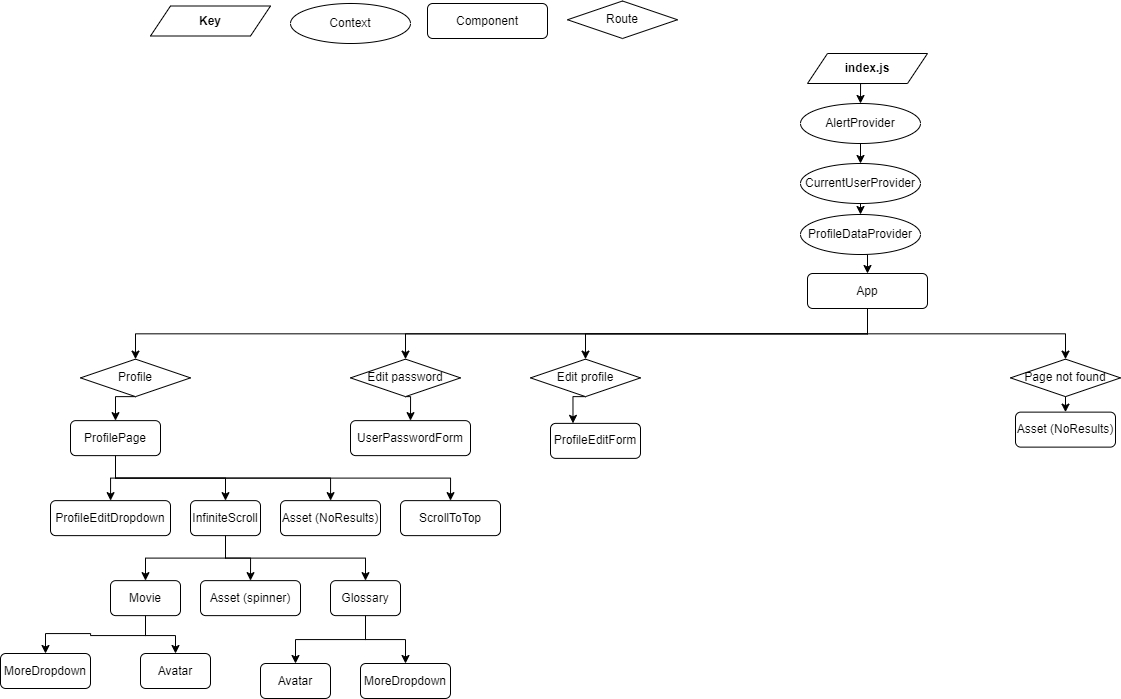
This is documentation/features/components-part-2.png from puma13992/cinematography, a draw.io export, as it was before one commit. Source tidied: cells renumbered, new cells last; positions are measured from the earlier drawing's top-left corner, leaving out a move shared by most shapes.
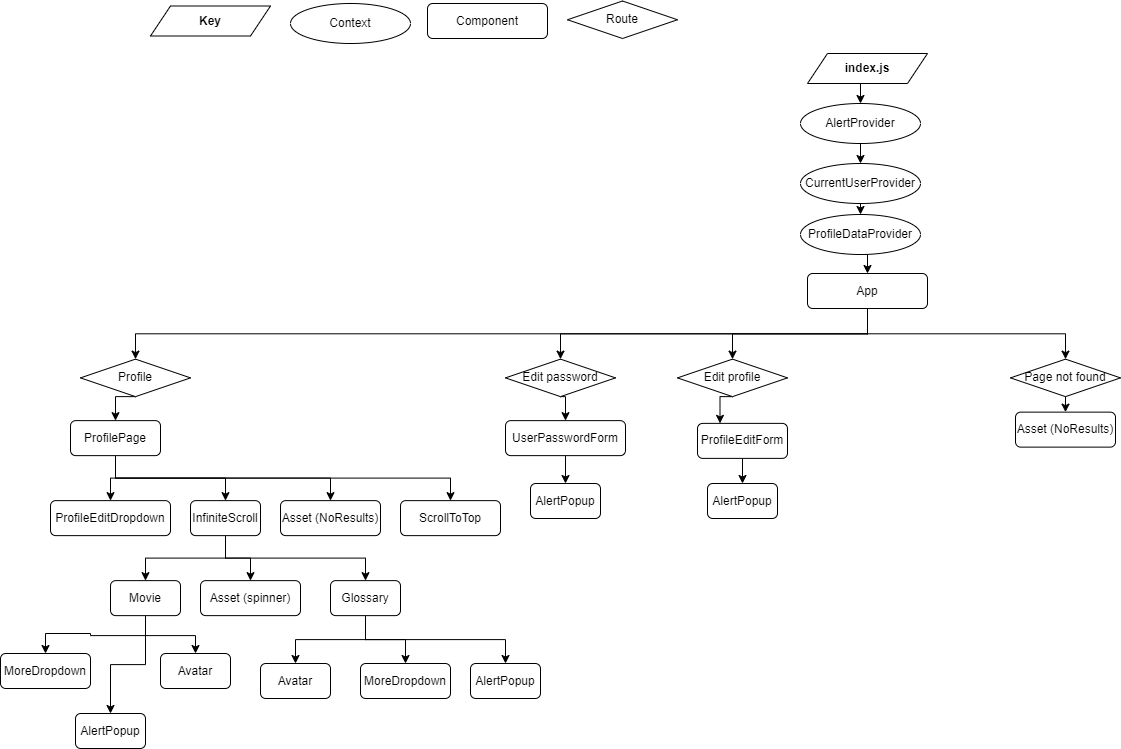
After the commit.

Commit message:
Add components table to the readme

The edit, as a diff of the source:
```diff
@@ -63,13 +63,13 @@
       <mxGeometry relative="1" as="geometry" />
     </mxCell>
     <mxCell id="21" value="Edit password" style="rhombus;whiteSpace=wrap;html=1;" parent="1" vertex="1">
-      <mxGeometry x="350" y="357.6" width="110" height="37.5" as="geometry" />
+      <mxGeometry x="505" y="357.6" width="110" height="37.5" as="geometry" />
     </mxCell>
     <mxCell id="22" style="edgeStyle=orthogonalEdgeStyle;rounded=0;jettySize=auto;html=1;exitX=0.5;exitY=1;exitDx=0;exitDy=0;entryX=0.25;entryY=0;entryDx=0;entryDy=0;" parent="1" edge="1" source="23" target="44">
       <mxGeometry relative="1" as="geometry" />
     </mxCell>
     <mxCell id="23" value="Edit profile" style="rhombus;whiteSpace=wrap;html=1;" parent="1" vertex="1">
-      <mxGeometry x="530" y="357.6" width="110" height="37.5" as="geometry" />
+      <mxGeometry x="677" y="357.6" width="110" height="37.5" as="geometry" />
     </mxCell>
     <mxCell id="24" style="edgeStyle=orthogonalEdgeStyle;rounded=0;jettySize=auto;html=1;exitX=0.5;exitY=1;exitDx=0;exitDy=0;entryX=0.5;entryY=0;entryDx=0;entryDy=0;" parent="1" edge="1" source="25" target="26">
       <mxGeometry relative="1" as="geometry" />
@@ -119,20 +119,29 @@
     <mxCell id="39" style="edgeStyle=orthogonalEdgeStyle;rounded=0;jettySize=auto;html=1;exitX=0.5;exitY=1;exitDx=0;exitDy=0;entryX=0.5;entryY=0;entryDx=0;entryDy=0;" parent="1" edge="1" source="40" target="51">
       <mxGeometry relative="1" as="geometry" />
     </mxCell>
+    <mxCell id="54" style="edgeStyle=orthogonalEdgeStyle;rounded=0;jettySize=auto;html=1;exitX=0.5;exitY=1;exitDx=0;exitDy=0;entryX=0.5;entryY=0;entryDx=0;entryDy=0;" parent="1" edge="1" source="40" target="58">
+      <mxGeometry relative="1" as="geometry" />
+    </mxCell>
     <mxCell id="40" value="Movie" style="rounded=1;whiteSpace=wrap;html=1;" parent="1" vertex="1">
       <mxGeometry x="110" y="579.1" width="70" height="35" as="geometry" />
     </mxCell>
     <mxCell id="41" value="Avatar" style="rounded=1;whiteSpace=wrap;html=1;" parent="1" vertex="1">
-      <mxGeometry x="140" y="652" width="70" height="35" as="geometry" />
+      <mxGeometry x="160" y="652" width="70" height="35" as="geometry" />
     </mxCell>
     <mxCell id="42" value="Asset (NoResults)" style="rounded=1;whiteSpace=wrap;html=1;" parent="1" vertex="1">
       <mxGeometry x="280" y="499.1" width="100" height="35" as="geometry" />
     </mxCell>
+    <mxCell id="55" style="edgeStyle=orthogonalEdgeStyle;rounded=0;jettySize=auto;html=1;exitX=0.5;exitY=1;exitDx=0;exitDy=0;entryX=0.5;entryY=0;entryDx=0;entryDy=0;" parent="1" edge="1" source="43" target="61">
+      <mxGeometry relative="1" as="geometry" />
+    </mxCell>
     <mxCell id="43" value="UserPasswordForm" style="rounded=1;whiteSpace=wrap;html=1;" parent="1" vertex="1">
-      <mxGeometry x="350" y="419.1" width="120" height="35" as="geometry" />
+      <mxGeometry x="505" y="419.1" width="120" height="35" as="geometry" />
     </mxCell>
+    <mxCell id="56" style="edgeStyle=orthogonalEdgeStyle;rounded=0;jettySize=auto;html=1;exitX=0.5;exitY=1;exitDx=0;exitDy=0;entryX=0.5;entryY=0;entryDx=0;entryDy=0;" parent="1" edge="1" source="44" target="60">
+      <mxGeometry relative="1" as="geometry" />
+    </mxCell>
     <mxCell id="44" value="ProfileEditForm" style="rounded=1;whiteSpace=wrap;html=1;" parent="1" vertex="1">
-      <mxGeometry x="550" y="421.9" width="90" height="35" as="geometry" />
+      <mxGeometry x="697" y="421.9" width="90" height="35" as="geometry" />
     </mxCell>
     <mxCell id="45" style="edgeStyle=orthogonalEdgeStyle;rounded=0;jettySize=auto;html=1;exitX=0.5;exitY=1;exitDx=0;exitDy=0;entryX=0.5;entryY=0;entryDx=0;entryDy=0;" parent="1" edge="1" source="46" target="10">
       <mxGeometry relative="1" as="geometry" />
@@ -146,6 +155,9 @@
     <mxCell id="48" style="edgeStyle=orthogonalEdgeStyle;rounded=0;jettySize=auto;html=1;exitX=0.5;exitY=1;exitDx=0;exitDy=0;entryX=0.5;entryY=0;entryDx=0;entryDy=0;" parent="1" edge="1" source="49" target="52">
       <mxGeometry relative="1" as="geometry" />
     </mxCell>
+    <mxCell id="57" style="edgeStyle=orthogonalEdgeStyle;rounded=0;jettySize=auto;html=1;exitX=0.5;exitY=1;exitDx=0;exitDy=0;entryX=0.5;entryY=0;entryDx=0;entryDy=0;" parent="1" edge="1" source="49" target="59">
+      <mxGeometry relative="1" as="geometry" />
+    </mxCell>
     <mxCell id="49" value="Glossary" style="rounded=1;whiteSpace=wrap;html=1;" parent="1" vertex="1">
       <mxGeometry x="330" y="579.1" width="70" height="35" as="geometry" />
     </mxCell>
@@ -161,5 +173,17 @@
     <mxCell id="53" value="ScrollToTop" style="rounded=1;whiteSpace=wrap;html=1;" parent="1" vertex="1">
       <mxGeometry x="400" y="499.1" width="100" height="35" as="geometry" />
     </mxCell>
+    <mxCell id="58" value="AlertPopup" style="rounded=1;whiteSpace=wrap;html=1;" parent="1" vertex="1">
+      <mxGeometry x="75" y="712" width="70" height="35" as="geometry" />
+    </mxCell>
+    <mxCell id="59" value="AlertPopup" style="rounded=1;whiteSpace=wrap;html=1;" parent="1" vertex="1">
+      <mxGeometry x="470" y="662" width="70" height="35" as="geometry" />
+    </mxCell>
+    <mxCell id="60" value="AlertPopup" style="rounded=1;whiteSpace=wrap;html=1;" parent="1" vertex="1">
+      <mxGeometry x="707" y="482" width="70" height="35" as="geometry" />
+    </mxCell>
+    <mxCell id="61" value="AlertPopup" style="rounded=1;whiteSpace=wrap;html=1;" parent="1" vertex="1">
+      <mxGeometry x="530" y="482" width="70" height="35" as="geometry" />
+    </mxCell>
   </root>
 </mxGraphModel>
```
